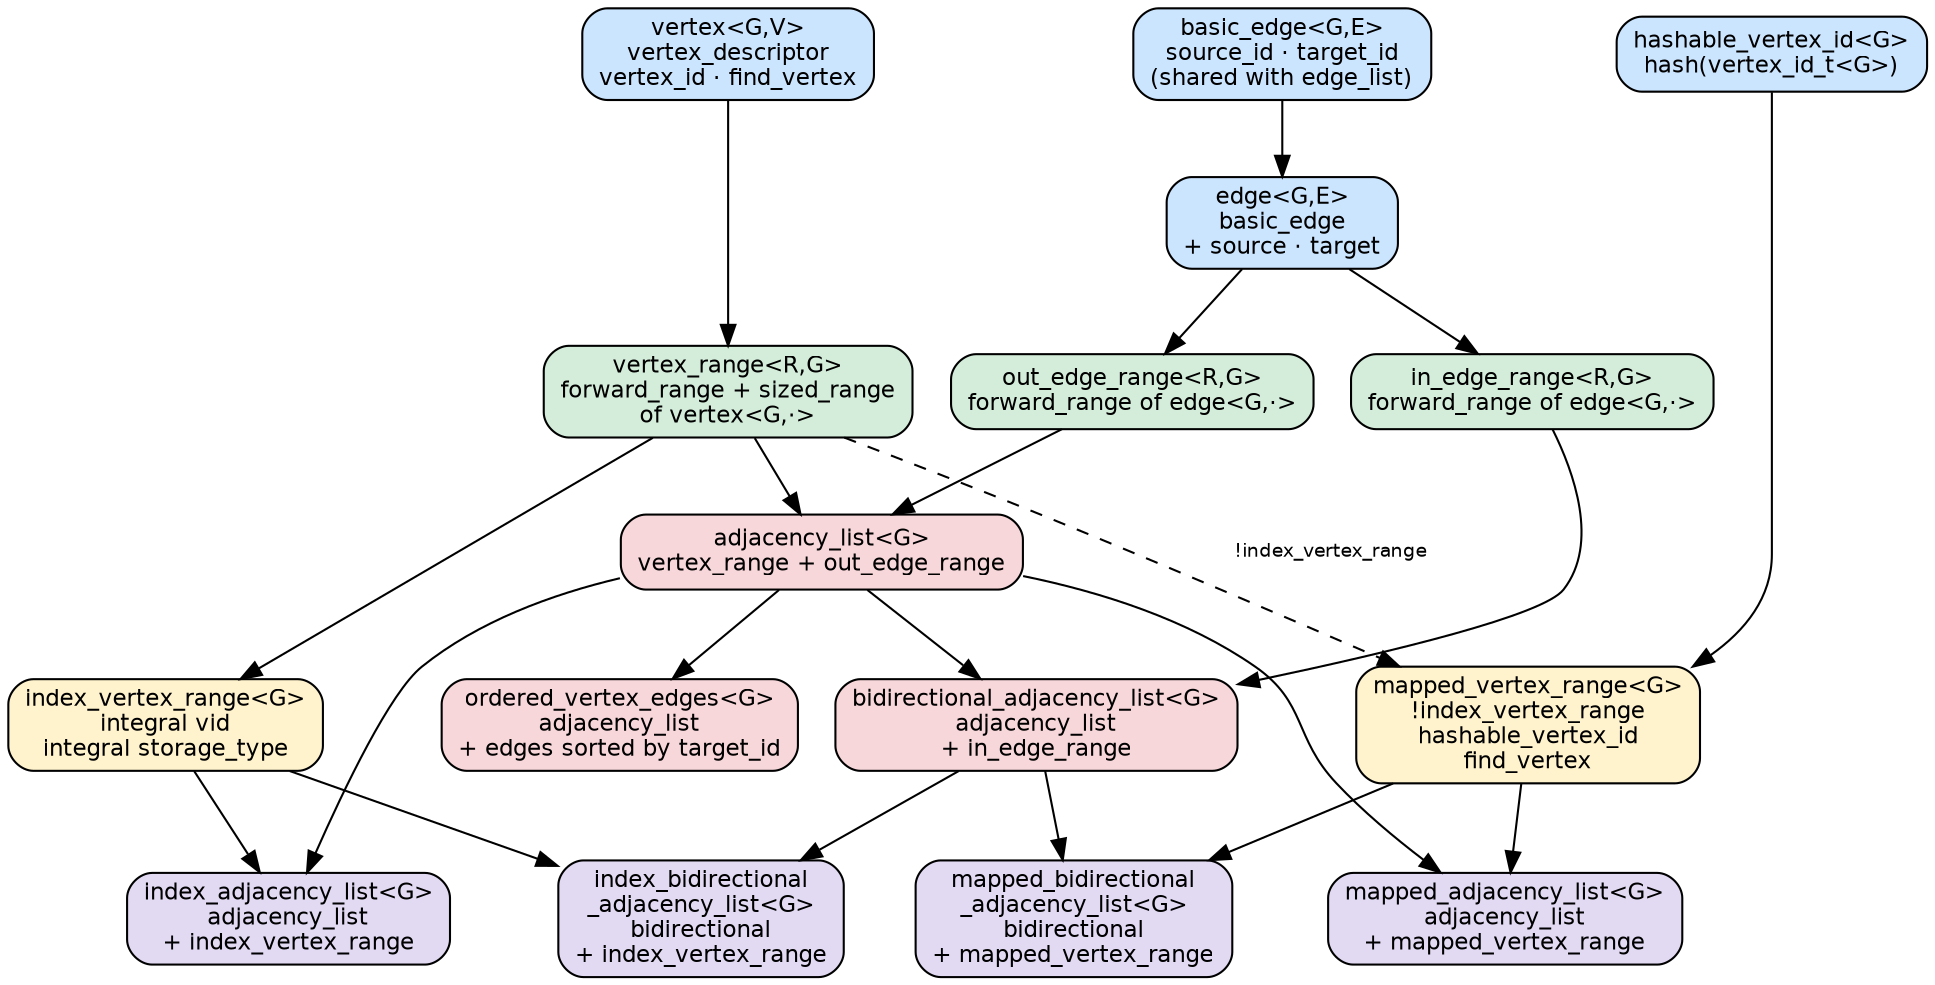
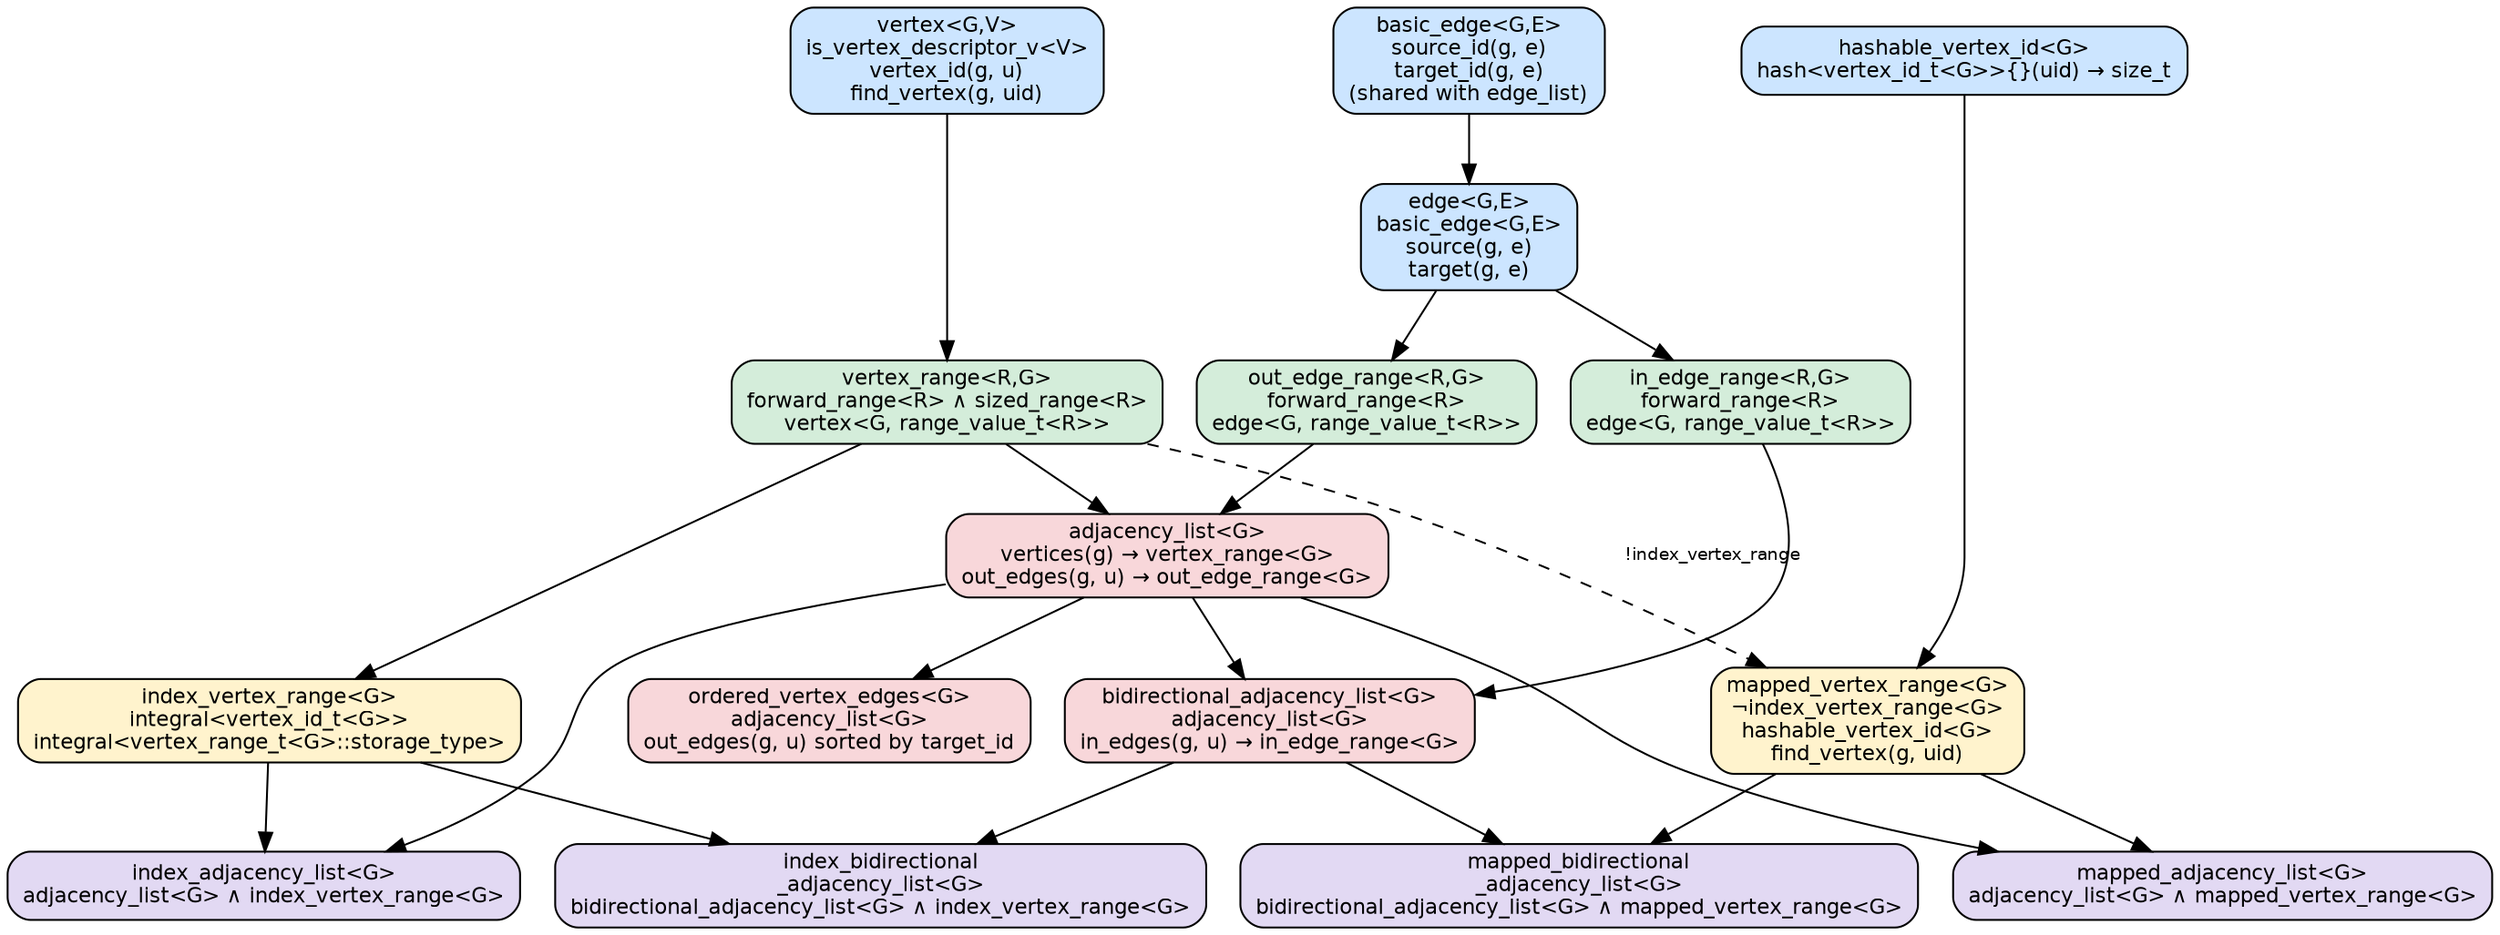
// Concept hierarchy for graph::adj_list
// Generate image: dot -Tsvg adjacency_list_concepts.dot -o adjacency_list_concepts.svg

digraph ConceptHierarchy {
    rankdir = TB
    node [shape=box, style="filled,rounded", fontname="Helvetica", fontsize=11]
    edge [fontname="Helvetica", fontsize=9]

    // ── Primitive concepts ────────────────────────────────────────────────────
    // Foundational — no prerequisites

    node [fillcolor="#cce5ff"]  // light blue

-     basic_edge_c [label="basic_edge<G,E>\nsource_id · target_id\n(shared with edge_list)"]
-     edge_c [label="edge<G,E>\nbasic_edge\n+ source · target"]
-     vertex_c [label="vertex<G,V>\nvertex_descriptor\nvertex_id · find_vertex"]
-     hashable_vertex_id [label="hashable_vertex_id<G>\nhash(vertex_id_t<G>)"]
+     basic_edge_c [label="basic_edge<G,E>\nsource_id(g, e)\ntarget_id(g, e)\n(shared with edge_list)"]
+     edge_c [label="edge<G,E>\nbasic_edge<G,E>\nsource(g, e)\ntarget(g, e)"]
+     vertex_c [label="vertex<G,V>\nis_vertex_descriptor_v<V>\nvertex_id(g, u)\nfind_vertex(g, uid)"]
+     hashable_vertex_id [label="hashable_vertex_id<G>\nhash<vertex_id_t<G>>{}(uid) → size_t"]

    // ── Range concepts ────────────────────────────────────────────────────────
    // Built from primitives; parameterised on a range type R

    node [fillcolor="#d4edda"]  // light green

-     out_edge_range [label="out_edge_range<R,G>\nforward_range of edge<G,·>"]
-     in_edge_range  [label="in_edge_range<R,G>\nforward_range of edge<G,·>"]
-     vertex_range   [label="vertex_range<R,G>\nforward_range + sized_range\nof vertex<G,·>"]
+     out_edge_range [label="out_edge_range<R,G>\nforward_range<R>\nedge<G, range_value_t<R>>"]
+     in_edge_range  [label="in_edge_range<R,G>\nforward_range<R>\nedge<G, range_value_t<R>>"]
+     vertex_range   [label="vertex_range<R,G>\nforward_range<R> ∧ sized_range<R>\nvertex<G, range_value_t<R>>"]

    // ── Vertex range refinements ──────────────────────────────────────────────

    node [fillcolor="#fff3cd"]  // light yellow

-     index_vertex_range  [label="index_vertex_range<G>\nintegral vid\nintegral storage_type"]
-     mapped_vertex_range [label="mapped_vertex_range<G>\n!index_vertex_range\nhashable_vertex_id\nfind_vertex"]
+     index_vertex_range  [label="index_vertex_range<G>\nintegral<vertex_id_t<G>>\nintegral<vertex_range_t<G>::storage_type>"]
+     mapped_vertex_range [label="mapped_vertex_range<G>\n¬index_vertex_range<G>\nhashable_vertex_id<G>\nfind_vertex(g, uid)"]

    // ── Core graph concepts ───────────────────────────────────────────────────

    node [fillcolor="#f8d7da"]  // light red/salmon

-     adjacency_list          [label="adjacency_list<G>\nvertex_range + out_edge_range"]
-     ordered_vertex_edges    [label="ordered_vertex_edges<G>\nadjacency_list\n+ edges sorted by target_id"]
-     bidirectional_adjacency_list [label="bidirectional_adjacency_list<G>\nadjacency_list\n+ in_edge_range"]
+     adjacency_list          [label="adjacency_list<G>\nvertices(g) → vertex_range<G>\nout_edges(g, u) → out_edge_range<G>"]
+     ordered_vertex_edges    [label="ordered_vertex_edges<G>\nadjacency_list<G>\nout_edges(g, u) sorted by target_id"]
+     bidirectional_adjacency_list [label="bidirectional_adjacency_list<G>\nadjacency_list<G>\nin_edges(g, u) → in_edge_range<G>"]

-     // ── Compound / specialised concepts ──────────────────────────────────────
+     // ── Compound / specialised concepts ───────────────────────────────────────

    node [fillcolor="#e2d9f3"]  // light purple

-     index_adjacency_list            [label="index_adjacency_list<G>\nadjacency_list\n+ index_vertex_range"]
-     mapped_adjacency_list           [label="mapped_adjacency_list<G>\nadjacency_list\n+ mapped_vertex_range"]
-     index_bidirectional_adjacency_list [label="index_bidirectional\n_adjacency_list<G>\nbidirectional\n+ index_vertex_range"]
-     mapped_bidirectional_adjacency_list [label="mapped_bidirectional\n_adjacency_list<G>\nbidirectional\n+ mapped_vertex_range"]
+     index_adjacency_list            [label="index_adjacency_list<G>\nadjacency_list<G> ∧ index_vertex_range<G>"]
+     mapped_adjacency_list           [label="mapped_adjacency_list<G>\nadjacency_list<G> ∧ mapped_vertex_range<G>"]
+     index_bidirectional_adjacency_list [label="index_bidirectional\n_adjacency_list<G>\nbidirectional_adjacency_list<G> ∧ index_vertex_range<G>"]
+     mapped_bidirectional_adjacency_list [label="mapped_bidirectional\n_adjacency_list<G>\nbidirectional_adjacency_list<G> ∧ mapped_vertex_range<G>"]

    // ── Edges (arrows = "is required by" / "refines") ─────────────────────────

    // Shared edge floor → adjacency-list edge refinement
    basic_edge_c -> edge_c

    // Primitives → ranges
    edge_c    -> out_edge_range
    edge_c    -> in_edge_range
    vertex_c  -> vertex_range

    // vertex_range → vertex range refinements
    vertex_range -> index_vertex_range
    vertex_range -> mapped_vertex_range [style=dashed, label="  !index_vertex_range"]
    hashable_vertex_id -> mapped_vertex_range

    // Ranges → adjacency_list
    out_edge_range -> adjacency_list
    vertex_range   -> adjacency_list

    // adjacency_list → refinements
    adjacency_list -> ordered_vertex_edges
    adjacency_list -> bidirectional_adjacency_list
    in_edge_range  -> bidirectional_adjacency_list

    // adjacency_list + vertex range kind → compound concepts
    adjacency_list     -> index_adjacency_list
    index_vertex_range -> index_adjacency_list

-     adjacency_list     -> mapped_adjacency_list
+     adjacency_list      -> mapped_adjacency_list
    mapped_vertex_range -> mapped_adjacency_list

    bidirectional_adjacency_list -> index_bidirectional_adjacency_list
    index_vertex_range           -> index_bidirectional_adjacency_list

    bidirectional_adjacency_list -> mapped_bidirectional_adjacency_list
    mapped_vertex_range          -> mapped_bidirectional_adjacency_list

    // ── Rank hints for cleaner layout ─────────────────────────────────────────
    { rank=same; basic_edge_c; vertex_c; hashable_vertex_id }
    { rank=same; edge_c }
    { rank=same; out_edge_range; in_edge_range; vertex_range }
    { rank=same; index_vertex_range; mapped_vertex_range }
    { rank=same; adjacency_list }
    { rank=same; ordered_vertex_edges; bidirectional_adjacency_list }
    { rank=same; index_adjacency_list; mapped_adjacency_list;
                 index_bidirectional_adjacency_list; mapped_bidirectional_adjacency_list }
}
